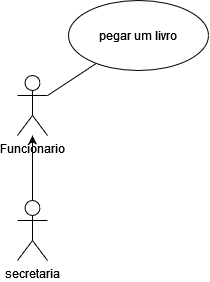
Earlier version of the draw.io export Diagrama sem nome.drawio.png (Andra-sun/modelagem). Source tidied: cells renumbered, new cells last; positions are measured from the earlier drawing's top-left corner, leaving out a move shared by most shapes.
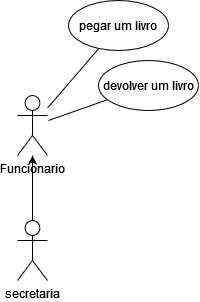
Above is the later version.

The edit, as a diff of the source:
```diff
@@ -15,7 +15,15 @@
       <mxGeometry relative="1" as="geometry" />
     </mxCell>
     <mxCell id="6" value="pegar um livro" style="ellipse;whiteSpace=wrap;html=1;" parent="1" vertex="1">
-      <mxGeometry x="51" width="140" height="70" as="geometry" />
+      <mxGeometry x="51" y="-20" width="100" height="50" as="geometry" />
     </mxCell>
+    <mxCell id="7" style="edgeStyle=none;rounded=0;jettySize=auto;html=1;endArrow=none;endFill=0;" parent="1" edge="1" source="8">
+      <mxGeometry relative="1" as="geometry">
+        <mxPoint x="31" y="100" as="targetPoint" />
+      </mxGeometry>
+    </mxCell>
+    <mxCell id="8" value="devolver um livro" style="ellipse;whiteSpace=wrap;html=1;" parent="1" vertex="1">
+      <mxGeometry x="81" y="40" width="100" height="50" as="geometry" />
+    </mxCell>
   </root>
 </mxGraphModel>
```
